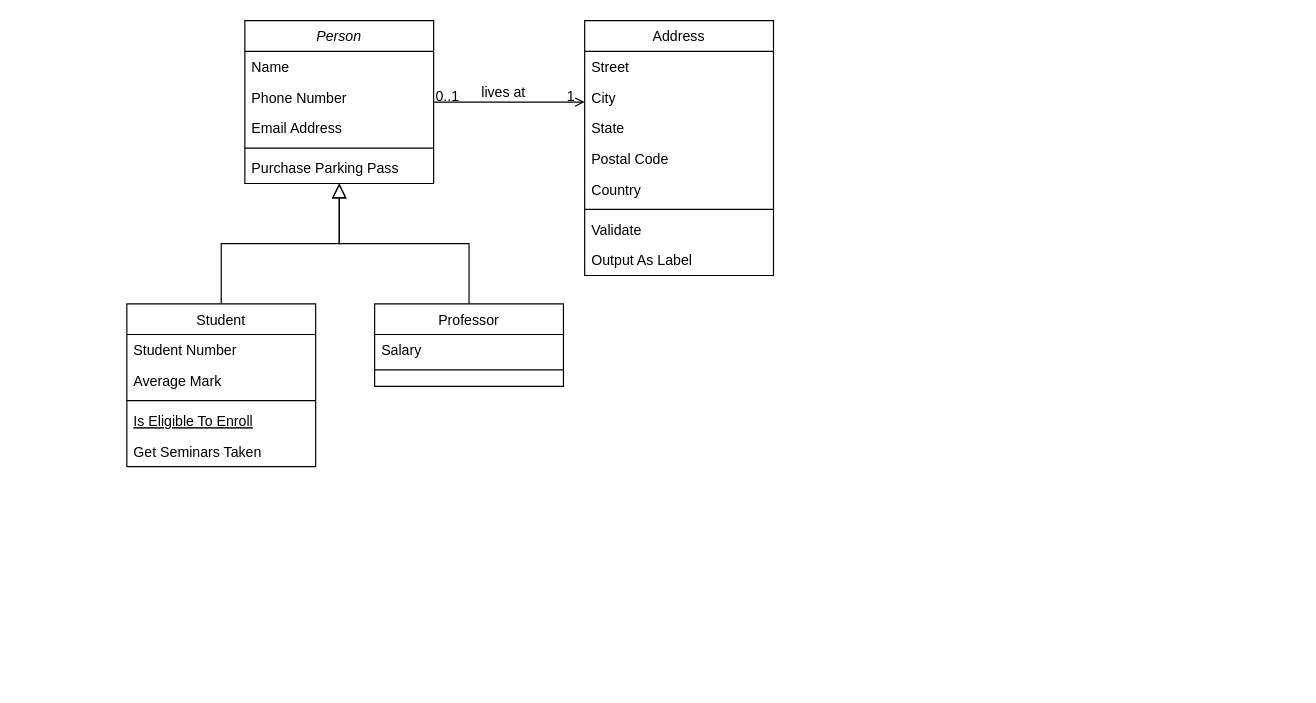
Above: src/main/Budget Classes.drawio in AKing982/BudgetBuddy (draw.io), before the change. Source tidied: cells renumbered, new cells numbered last; positions are measured from the earlier drawing's top-left corner, leaving out a move shared by most shapes. Both pictures are drawn from the tidied source at 118%, with x=0, y=0 at pixel (126, 20).
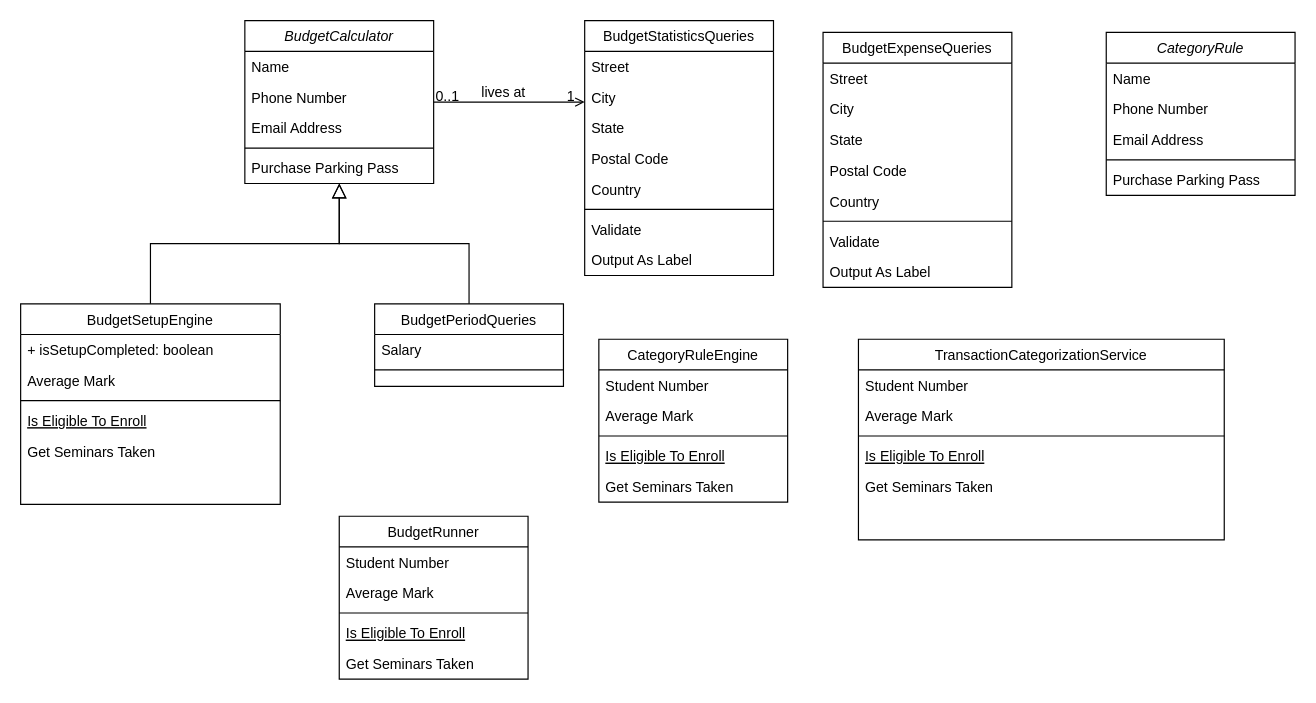
The same page after the edit.

What changed in the source:
```diff
@@
-    <mxCell id="2" value="Person" style="swimlane;fontStyle=2;align=center;verticalAlign=top;horizontal=1;startSize=26;rounded=0;shadow=0;strokeWidth=1;" parent="1" vertex="1">
+    <mxCell id="2" value="BudgetCalculator" style="swimlane;fontStyle=2;align=center;verticalAlign=top;horizontal=1;startSize=26;rounded=0;shadow=0;strokeWidth=1;" parent="1" vertex="1">
       <mxGeometry x="100" width="160" height="138" as="geometry" />
     </mxCell>
@@
-    <mxCell id="8" value="Student" style="swimlane;fontStyle=0;align=center;verticalAlign=top;horizontal=1;startSize=26;rounded=0;shadow=0;strokeWidth=1;" parent="1" vertex="1">
-      <mxGeometry y="240" width="160" height="138" as="geometry" />
+    <mxCell id="8" value="BudgetSetupEngine" style="swimlane;fontStyle=0;align=center;verticalAlign=top;horizontal=1;startSize=26;rounded=0;shadow=0;strokeWidth=1;" parent="1" vertex="1">
+      <mxGeometry x="-90" y="240" width="220" height="170" as="geometry" />
     </mxCell>
-    <mxCell id="9" value="Student Number" style="text;align=left;verticalAlign=top;spacingLeft=4;spacingRight=4;overflow=hidden;" parent="8" vertex="1">
-      <mxGeometry y="26" width="160" height="26" as="geometry" />
+    <mxCell id="9" value="+ isSetupCompleted: boolean" style="text;align=left;verticalAlign=top;spacingLeft=4;spacingRight=4;overflow=hidden;" parent="8" vertex="1">
+      <mxGeometry y="26" width="220" height="26" as="geometry" />
     </mxCell>
     <mxCell id="10" value="Average Mark" style="text;align=left;verticalAlign=top;spacingLeft=4;spacingRight=4;overflow=hidden;rounded=0;shadow=0;html=0;" parent="8" vertex="1">
-      <mxGeometry y="52" width="160" height="26" as="geometry" />
+      <mxGeometry y="52" width="220" height="26" as="geometry" />
     </mxCell>
     <mxCell id="11" style="line;html=1;strokeWidth=1;align=left;verticalAlign=middle;spacingTop=-1;spacingLeft=3;spacingRight=3;labelPosition=right;" parent="8" vertex="1">
-      <mxGeometry y="78" width="160" height="8" as="geometry" />
+      <mxGeometry y="78" width="220" height="8" as="geometry" />
     </mxCell>
     <mxCell id="12" value="Is Eligible To Enroll" style="text;align=left;verticalAlign=top;spacingLeft=4;spacingRight=4;overflow=hidden;fontStyle=4;" parent="8" vertex="1">
-      <mxGeometry y="86" width="160" height="26" as="geometry" />
+      <mxGeometry y="86" width="220" height="26" as="geometry" />
     </mxCell>
     <mxCell id="13" value="Get Seminars Taken" style="text;align=left;verticalAlign=top;spacingLeft=4;spacingRight=4;overflow=hidden;" parent="8" vertex="1">
-      <mxGeometry y="112" width="160" height="26" as="geometry" />
+      <mxGeometry y="112" width="220" height="26" as="geometry" />
     </mxCell>
@@
-    <mxCell id="15" value="Professor" style="swimlane;fontStyle=0;align=center;verticalAlign=top;horizontal=1;startSize=26;rounded=0;shadow=0;strokeWidth=1;" parent="1" vertex="1">
+    <mxCell id="15" value="BudgetPeriodQueries" style="swimlane;fontStyle=0;align=center;verticalAlign=top;horizontal=1;startSize=26;rounded=0;shadow=0;strokeWidth=1;" parent="1" vertex="1">
       <mxGeometry x="210" y="240" width="160" height="70" as="geometry" />
     </mxCell>
@@
-    <mxCell id="19" value="Address" style="swimlane;fontStyle=0;align=center;verticalAlign=top;horizontal=1;startSize=26;rounded=0;shadow=0;strokeWidth=1;" parent="1" vertex="1">
+    <mxCell id="19" value="BudgetStatisticsQueries" style="swimlane;fontStyle=0;align=center;verticalAlign=top;horizontal=1;startSize=26;rounded=0;shadow=0;strokeWidth=1;" parent="1" vertex="1">
       <mxGeometry x="388" width="160" height="216" as="geometry" />
     </mxCell>
@@
+    <mxCell id="32" value="CategoryRuleEngine" style="swimlane;fontStyle=0;align=center;verticalAlign=top;horizontal=1;startSize=26;rounded=0;shadow=0;strokeWidth=1;" parent="1" vertex="1">
+      <mxGeometry x="400" y="270" width="160" height="138" as="geometry" />
+    </mxCell>
+    <mxCell id="33" value="Student Number" style="text;align=left;verticalAlign=top;spacingLeft=4;spacingRight=4;overflow=hidden;" parent="32" vertex="1">
+      <mxGeometry y="26" width="160" height="26" as="geometry" />
+    </mxCell>
+    <mxCell id="34" value="Average Mark" style="text;align=left;verticalAlign=top;spacingLeft=4;spacingRight=4;overflow=hidden;rounded=0;shadow=0;html=0;" parent="32" vertex="1">
+      <mxGeometry y="52" width="160" height="26" as="geometry" />
+    </mxCell>
+    <mxCell id="35" style="line;html=1;strokeWidth=1;align=left;verticalAlign=middle;spacingTop=-1;spacingLeft=3;spacingRight=3;labelPosition=right;" parent="32" vertex="1">
+      <mxGeometry y="78" width="160" height="8" as="geometry" />
+    </mxCell>
+    <mxCell id="36" value="Is Eligible To Enroll" style="text;align=left;verticalAlign=top;spacingLeft=4;spacingRight=4;overflow=hidden;fontStyle=4;" parent="32" vertex="1">
+      <mxGeometry y="86" width="160" height="26" as="geometry" />
+    </mxCell>
+    <mxCell id="37" value="Get Seminars Taken" style="text;align=left;verticalAlign=top;spacingLeft=4;spacingRight=4;overflow=hidden;" parent="32" vertex="1">
+      <mxGeometry y="112" width="160" height="26" as="geometry" />
+    </mxCell>
+    <mxCell id="38" value="BudgetExpenseQueries" style="swimlane;fontStyle=0;align=center;verticalAlign=top;horizontal=1;startSize=26;rounded=0;shadow=0;strokeWidth=1;" parent="1" vertex="1">
+      <mxGeometry x="590" y="10" width="160" height="216" as="geometry" />
+    </mxCell>
+    <mxCell id="39" value="Street" style="text;align=left;verticalAlign=top;spacingLeft=4;spacingRight=4;overflow=hidden;" parent="38" vertex="1">
+      <mxGeometry y="26" width="160" height="26" as="geometry" />
+    </mxCell>
+    <mxCell id="40" value="City" style="text;align=left;verticalAlign=top;spacingLeft=4;spacingRight=4;overflow=hidden;rounded=0;shadow=0;html=0;" parent="38" vertex="1">
+      <mxGeometry y="52" width="160" height="26" as="geometry" />
+    </mxCell>
+    <mxCell id="41" value="State" style="text;align=left;verticalAlign=top;spacingLeft=4;spacingRight=4;overflow=hidden;rounded=0;shadow=0;html=0;" parent="38" vertex="1">
+      <mxGeometry y="78" width="160" height="26" as="geometry" />
+    </mxCell>
+    <mxCell id="42" value="Postal Code" style="text;align=left;verticalAlign=top;spacingLeft=4;spacingRight=4;overflow=hidden;rounded=0;shadow=0;html=0;" parent="38" vertex="1">
+      <mxGeometry y="104" width="160" height="26" as="geometry" />
+    </mxCell>
+    <mxCell id="43" value="Country" style="text;align=left;verticalAlign=top;spacingLeft=4;spacingRight=4;overflow=hidden;rounded=0;shadow=0;html=0;" parent="38" vertex="1">
+      <mxGeometry y="130" width="160" height="26" as="geometry" />
+    </mxCell>
+    <mxCell id="44" style="line;html=1;strokeWidth=1;align=left;verticalAlign=middle;spacingTop=-1;spacingLeft=3;spacingRight=3;labelPosition=right;" parent="38" vertex="1">
+      <mxGeometry y="156" width="160" height="8" as="geometry" />
+    </mxCell>
+    <mxCell id="45" value="Validate" style="text;align=left;verticalAlign=top;spacingLeft=4;spacingRight=4;overflow=hidden;" parent="38" vertex="1">
+      <mxGeometry y="164" width="160" height="26" as="geometry" />
+    </mxCell>
+    <mxCell id="46" value="Output As Label" style="text;align=left;verticalAlign=top;spacingLeft=4;spacingRight=4;overflow=hidden;" parent="38" vertex="1">
+      <mxGeometry y="190" width="160" height="26" as="geometry" />
+    </mxCell>
+    <mxCell id="47" value="BudgetRunner&#10;" style="swimlane;fontStyle=0;align=center;verticalAlign=top;horizontal=1;startSize=26;rounded=0;shadow=0;strokeWidth=1;" parent="1" vertex="1">
+      <mxGeometry x="180" y="420" width="160" height="138" as="geometry" />
+    </mxCell>
+    <mxCell id="48" value="Student Number" style="text;align=left;verticalAlign=top;spacingLeft=4;spacingRight=4;overflow=hidden;" parent="47" vertex="1">
+      <mxGeometry y="26" width="160" height="26" as="geometry" />
+    </mxCell>
+    <mxCell id="49" value="Average Mark" style="text;align=left;verticalAlign=top;spacingLeft=4;spacingRight=4;overflow=hidden;rounded=0;shadow=0;html=0;" parent="47" vertex="1">
+      <mxGeometry y="52" width="160" height="26" as="geometry" />
+    </mxCell>
+    <mxCell id="50" style="line;html=1;strokeWidth=1;align=left;verticalAlign=middle;spacingTop=-1;spacingLeft=3;spacingRight=3;labelPosition=right;" parent="47" vertex="1">
+      <mxGeometry y="78" width="160" height="8" as="geometry" />
+    </mxCell>
+    <mxCell id="51" value="Is Eligible To Enroll" style="text;align=left;verticalAlign=top;spacingLeft=4;spacingRight=4;overflow=hidden;fontStyle=4;" parent="47" vertex="1">
+      <mxGeometry y="86" width="160" height="26" as="geometry" />
+    </mxCell>
+    <mxCell id="52" value="Get Seminars Taken" style="text;align=left;verticalAlign=top;spacingLeft=4;spacingRight=4;overflow=hidden;" parent="47" vertex="1">
+      <mxGeometry y="112" width="160" height="26" as="geometry" />
+    </mxCell>
+    <mxCell id="53" value="TransactionCategorizationService" style="swimlane;fontStyle=0;align=center;verticalAlign=top;horizontal=1;startSize=26;rounded=0;shadow=0;strokeWidth=1;" parent="1" vertex="1">
+      <mxGeometry x="620" y="270" width="310" height="170" as="geometry" />
+    </mxCell>
+    <mxCell id="54" value="Student Number" style="text;align=left;verticalAlign=top;spacingLeft=4;spacingRight=4;overflow=hidden;" parent="53" vertex="1">
+      <mxGeometry y="26" width="310" height="26" as="geometry" />
+    </mxCell>
+    <mxCell id="55" value="Average Mark" style="text;align=left;verticalAlign=top;spacingLeft=4;spacingRight=4;overflow=hidden;rounded=0;shadow=0;html=0;" parent="53" vertex="1">
+      <mxGeometry y="52" width="310" height="26" as="geometry" />
+    </mxCell>
+    <mxCell id="56" style="line;html=1;strokeWidth=1;align=left;verticalAlign=middle;spacingTop=-1;spacingLeft=3;spacingRight=3;labelPosition=right;" parent="53" vertex="1">
+      <mxGeometry y="78" width="310" height="8" as="geometry" />
+    </mxCell>
+    <mxCell id="57" value="Is Eligible To Enroll" style="text;align=left;verticalAlign=top;spacingLeft=4;spacingRight=4;overflow=hidden;fontStyle=4;" parent="53" vertex="1">
+      <mxGeometry y="86" width="310" height="26" as="geometry" />
+    </mxCell>
+    <mxCell id="58" value="Get Seminars Taken" style="text;align=left;verticalAlign=top;spacingLeft=4;spacingRight=4;overflow=hidden;" parent="53" vertex="1">
+      <mxGeometry y="112" width="310" height="26" as="geometry" />
+    </mxCell>
+    <mxCell id="59" value="CategoryRule" style="swimlane;fontStyle=2;align=center;verticalAlign=top;horizontal=1;startSize=26;rounded=0;shadow=0;strokeWidth=1;" parent="1" vertex="1">
+      <mxGeometry x="830" y="10" width="160" height="138" as="geometry" />
+    </mxCell>
+    <mxCell id="60" value="Name" style="text;align=left;verticalAlign=top;spacingLeft=4;spacingRight=4;overflow=hidden;" parent="59" vertex="1">
+      <mxGeometry y="26" width="160" height="26" as="geometry" />
+    </mxCell>
+    <mxCell id="61" value="Phone Number" style="text;align=left;verticalAlign=top;spacingLeft=4;spacingRight=4;overflow=hidden;rounded=0;shadow=0;html=0;" parent="59" vertex="1">
+      <mxGeometry y="52" width="160" height="26" as="geometry" />
+    </mxCell>
+    <mxCell id="62" value="Email Address" style="text;align=left;verticalAlign=top;spacingLeft=4;spacingRight=4;overflow=hidden;rounded=0;shadow=0;html=0;" parent="59" vertex="1">
+      <mxGeometry y="78" width="160" height="26" as="geometry" />
+    </mxCell>
+    <mxCell id="63" style="line;html=1;strokeWidth=1;align=left;verticalAlign=middle;spacingTop=-1;spacingLeft=3;spacingRight=3;labelPosition=right;" parent="59" vertex="1">
+      <mxGeometry y="104" width="160" height="8" as="geometry" />
+    </mxCell>
+    <mxCell id="64" value="Purchase Parking Pass" style="text;align=left;verticalAlign=top;spacingLeft=4;spacingRight=4;overflow=hidden;" parent="59" vertex="1">
+      <mxGeometry y="112" width="160" height="26" as="geometry" />
+    </mxCell>
```
